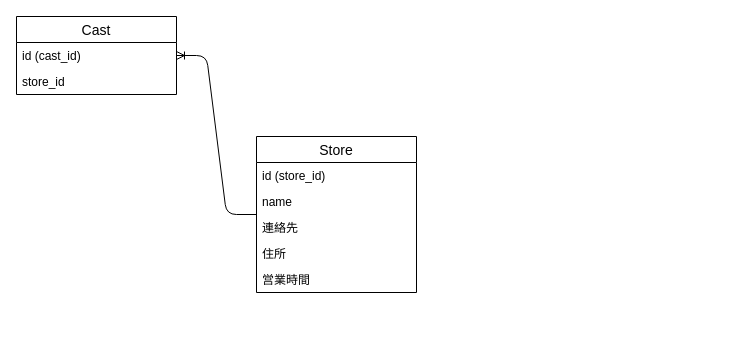
mabubu0203/catcafe keeps this draw.io diagram as document/02. 基本設計/draw.io/store.drawio. Above is the earlier version. Source tidied: cells renumbered, new cells numbered last; positions are measured from the earlier drawing's top-left corner, leaving out a move shared by most shapes. Both pictures are drawn from the tidied source at 100%, with x=0, y=0 at pixel (16, 16).
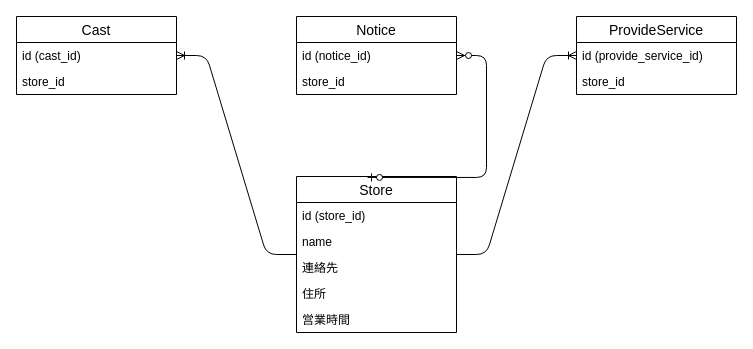
The same diagram, later.

Commit message (it also covers changes not shown here):
provide_serviceのDDLなどを追加

The edit, as a diff of the source:
```diff
@@
 <mxGraphModel>
   <root>
     <mxCell id="0" />
     <mxCell id="1" parent="0" />
     <mxCell id="2" value="Cast" style="swimlane;fontStyle=0;horizontal=1;startSize=26;align=center;fontSize=14;" parent="1" vertex="1">
       <mxGeometry width="160" height="78" as="geometry" />
     </mxCell>
     <mxCell id="3" value="id (cast_id)" style="text;strokeColor=none;fillColor=none;spacingLeft=4;spacingRight=4;overflow=hidden;fontSize=12;" parent="2" vertex="1">
       <mxGeometry y="26" width="160" height="26" as="geometry" />
     </mxCell>
     <mxCell id="4" value="store_id" style="text;strokeColor=none;fillColor=none;spacingLeft=4;spacingRight=4;overflow=hidden;fontSize=12;" parent="2" vertex="1">
       <mxGeometry y="52" width="160" height="26" as="geometry" />
     </mxCell>
+    <mxCell id="11" style="edgeStyle=entityRelationEdgeStyle;fontSize=12;html=1;endArrow=ERoneToMany;" parent="1" edge="1" source="5" target="2">
+      <mxGeometry relative="1" as="geometry" />
+    </mxCell>
+    <mxCell id="12" style="edgeStyle=entityRelationEdgeStyle;fontSize=12;html=1;endArrow=ERoneToMany;" parent="1" edge="1" source="5" target="13">
+      <mxGeometry relative="1" as="geometry" />
+    </mxCell>
+    <mxCell id="13" value="ProvideService" style="swimlane;fontStyle=0;horizontal=1;startSize=26;align=center;fontSize=14;" parent="1" vertex="1">
+      <mxGeometry x="560" width="160" height="78" as="geometry" />
+    </mxCell>
+    <mxCell id="14" value="id (provide_service_id)" style="text;strokeColor=none;fillColor=none;spacingLeft=4;spacingRight=4;overflow=hidden;fontSize=12;" parent="13" vertex="1">
+      <mxGeometry y="26" width="160" height="26" as="geometry" />
+    </mxCell>
+    <mxCell id="15" value="store_id" style="text;strokeColor=none;fillColor=none;spacingLeft=4;spacingRight=4;overflow=hidden;fontSize=12;" parent="13" vertex="1">
+      <mxGeometry y="52" width="160" height="26" as="geometry" />
+    </mxCell>
+    <mxCell id="16" value="Notice" style="swimlane;fontStyle=0;horizontal=1;startSize=26;align=center;fontSize=14;" parent="1" vertex="1">
+      <mxGeometry x="280" width="160" height="78" as="geometry" />
+    </mxCell>
+    <mxCell id="17" value="id (notice_id)" style="text;strokeColor=none;fillColor=none;spacingLeft=4;spacingRight=4;overflow=hidden;fontSize=12;" parent="16" vertex="1">
+      <mxGeometry y="26" width="160" height="26" as="geometry" />
+    </mxCell>
+    <mxCell id="18" value="store_id" style="text;strokeColor=none;fillColor=none;spacingLeft=4;spacingRight=4;overflow=hidden;fontSize=12;" parent="16" vertex="1">
+      <mxGeometry y="52" width="160" height="26" as="geometry" />
+    </mxCell>
     <mxCell id="5" value="Store" style="swimlane;fontStyle=0;horizontal=1;startSize=26;align=center;fontSize=14;" parent="1" vertex="1">
-      <mxGeometry x="240" y="120" width="160" height="156" as="geometry" />
+      <mxGeometry x="280" y="160" width="160" height="156" as="geometry" />
     </mxCell>
     <mxCell id="6" value="id (store_id)" style="text;strokeColor=none;fillColor=none;spacingLeft=4;spacingRight=4;overflow=hidden;fontSize=12;" parent="5" vertex="1">
       <mxGeometry y="26" width="160" height="26" as="geometry" />
     </mxCell>
     <mxCell id="7" value="name" style="text;strokeColor=none;fillColor=none;spacingLeft=4;spacingRight=4;overflow=hidden;fontSize=12;" parent="5" vertex="1">
       <mxGeometry y="52" width="160" height="26" as="geometry" />
     </mxCell>
     <mxCell id="8" value="連絡先" style="text;strokeColor=none;fillColor=none;spacingLeft=4;spacingRight=4;overflow=hidden;fontSize=12;" parent="5" vertex="1">
       <mxGeometry y="78" width="160" height="26" as="geometry" />
     </mxCell>
     <mxCell id="9" value="住所" style="text;strokeColor=none;fillColor=none;spacingLeft=4;spacingRight=4;overflow=hidden;fontSize=12;" parent="5" vertex="1">
       <mxGeometry y="104" width="160" height="26" as="geometry" />
     </mxCell>
     <mxCell id="10" value="営業時間" style="text;strokeColor=none;fillColor=none;spacingLeft=4;spacingRight=4;overflow=hidden;fontSize=12;" parent="5" vertex="1">
       <mxGeometry y="130" width="160" height="26" as="geometry" />
     </mxCell>
-    <mxCell id="11" style="edgeStyle=entityRelationEdgeStyle;fontSize=12;html=1;endArrow=ERoneToMany;" parent="1" edge="1" source="5" target="2">
-      <mxGeometry relative="1" as="geometry" />
-    </mxCell>
+    <mxCell id="19" style="edgeStyle=entityRelationEdgeStyle;fontSize=12;html=1;endArrow=ERzeroToMany;startArrow=ERzeroToOne;exitX=0.444;exitY=0.006;exitDx=0;exitDy=0;exitPerimeter=0;" parent="1" edge="1" source="5" target="16">
+      <mxGeometry relative="1" as="geometry" />
+    </mxCell>
   </root>
 </mxGraphModel>
```
